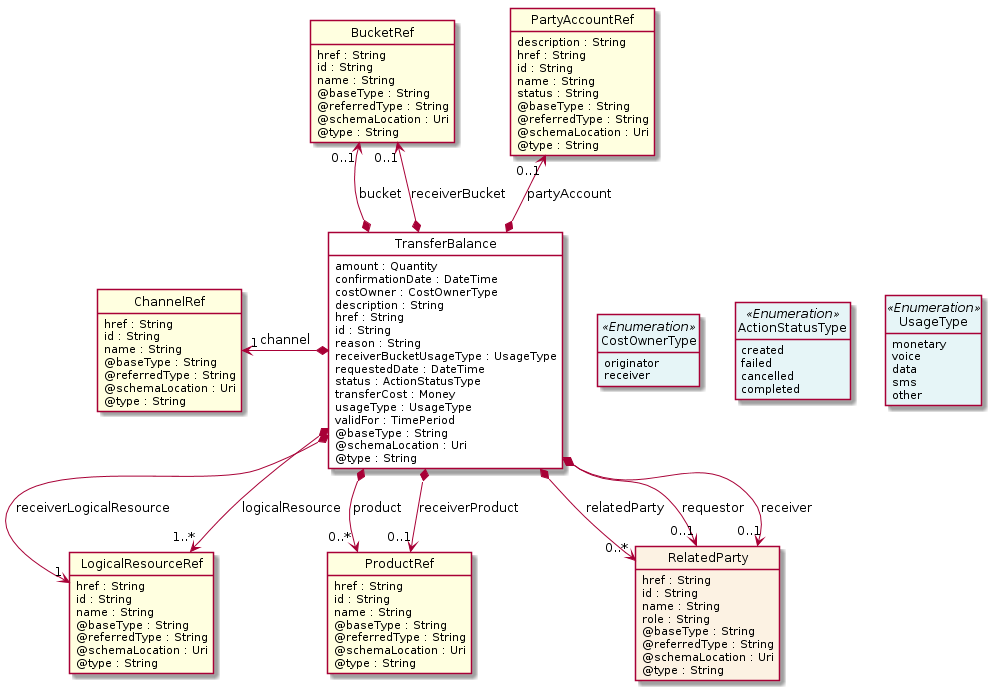
Above: apis/TMF654_PrepayBalance/documentation/diagrams/Resource_TransferBalance.png in tmforum-apis/Open_Api_And_Data_Model (PlantUML), before the change. The source it was exported from:
```plantuml
@startuml
hide circle
hide methods
hide stereotype
show <<Enumeration>> stereotype
skinparam class {
   BackgroundColor<<Enumeration>> #E6F5F7
   BackgroundColor<<Ref>> #FFFFE0
   BackgroundColor<<Pivot>> #FFFFFFF
   BackgroundColor #FCF2E3
}

class TransferBalance  <<Pivot>> {
    amount : Quantity
    confirmationDate : DateTime
    costOwner : CostOwnerType
    description : String
    href : String
    id : String
    reason : String
    receiverBucketUsageType : UsageType
    requestedDate : DateTime
    status : ActionStatusType
    transferCost : Money
    usageType : UsageType
    validFor : TimePeriod
    @baseType : String
    @schemaLocation : Uri
    @type : String
}

class UsageType <<Enumeration>> {
    monetary
    voice
    data
    sms
    other
}

class CostOwnerType <<Enumeration>> {
    originator
    receiver
}

class ActionStatusType <<Enumeration>> {
    created
    failed
    cancelled
    completed
}

class ChannelRef  <<Ref>> {
    href : String
    id : String
    name : String
    @baseType : String
    @referredType : String
    @schemaLocation : Uri
    @type : String
}

class LogicalResourceRef  <<Ref>> {
    href : String
    id : String
    name : String
    @baseType : String
    @referredType : String
    @schemaLocation : Uri
    @type : String
}

class BucketRef  <<Ref>> {
    href : String
    id : String
    name : String
    @baseType : String
    @referredType : String
    @schemaLocation : Uri
    @type : String
}

class ProductRef  <<Ref>> {
    href : String
    id : String
    name : String
    @baseType : String
    @referredType : String
    @schemaLocation : Uri
    @type : String
}

class RelatedParty  {
    href : String
    id : String
    name : String
    role : String
    @baseType : String
    @referredType : String
    @schemaLocation : Uri
    @type : String
}

class PartyAccountRef  <<Ref>> {
    description : String
    href : String
    id : String
    name : String
    status : String
    @baseType : String
    @referredType : String
    @schemaLocation : Uri
    @type : String
}

TransferBalance -right[hidden]-> CostOwnerType

CostOwnerType -right[hidden]-> ActionStatusType

ActionStatusType -right[hidden]-> UsageType

ChannelRef "1" <-left-* TransferBalance : channel

PartyAccountRef "0..1" <--* TransferBalance : partyAccount

BucketRef "0..1" <--* TransferBalance : bucket

BucketRef "0..1" <--* TransferBalance : receiverBucket

TransferBalance *-->  "0..*" RelatedParty : relatedParty

TransferBalance *-->  "0..1" RelatedParty : requestor

TransferBalance *-->  "0..1" RelatedParty : receiver

TransferBalance *-->  "0..*" ProductRef : product

TransferBalance *-->  "0..1" ProductRef : receiverProduct

TransferBalance *-->  "1" LogicalResourceRef : receiverLogicalResource

TransferBalance *-->  "1..*" LogicalResourceRef : logicalResource

@enduml
```
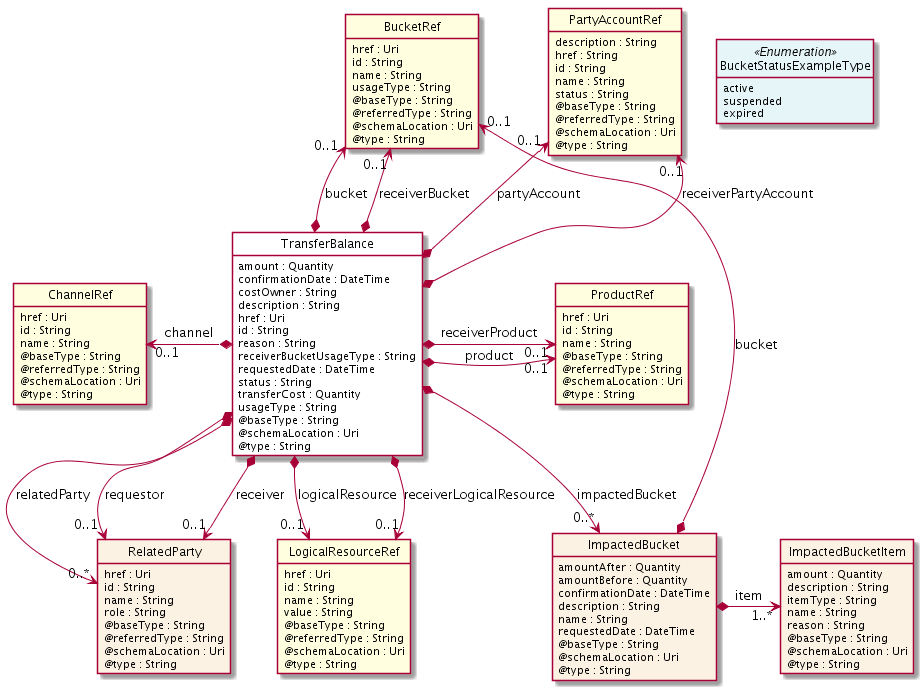
The same diagram one commit later.

Change to the diagram source:
```diff
@@ -13,44 +13,29 @@
 class TransferBalance  <<Pivot>> {
     amount : Quantity
     confirmationDate : DateTime
-    costOwner : CostOwnerType
+    costOwner : String
     description : String
-    href : String
+    href : Uri
     id : String
     reason : String
-    receiverBucketUsageType : UsageType
+    receiverBucketUsageType : String
     requestedDate : DateTime
-    status : ActionStatusType
-    transferCost : Money
-    usageType : UsageType
-    validFor : TimePeriod
+    status : String
+    transferCost : Quantity
+    usageType : String
     @baseType : String
     @schemaLocation : Uri
     @type : String
 }
 
-class UsageType <<Enumeration>> {
-    monetary
-    voice
-    data
-    sms
-    other
-}
-
-class CostOwnerType <<Enumeration>> {
-    originator
-    receiver
-}
-
-class ActionStatusType <<Enumeration>> {
-    created
-    failed
-    cancelled
-    completed
+class BucketStatusExampleType <<Enumeration>> {
+    active
+    suspended
+    expired
 }
 
 class ChannelRef  <<Ref>> {
-    href : String
+    href : Uri
     id : String
     name : String
     @baseType : String
@@ -60,9 +45,10 @@
 }
 
 class LogicalResourceRef  <<Ref>> {
-    href : String
+    href : Uri
     id : String
     name : String
+    value : String
     @baseType : String
     @referredType : String
     @schemaLocation : Uri
@@ -70,30 +56,10 @@
 }
 
 class BucketRef  <<Ref>> {
-    href : String
+    href : Uri
     id : String
     name : String
-    @baseType : String
-    @referredType : String
-    @schemaLocation : Uri
-    @type : String
-}
-
-class ProductRef  <<Ref>> {
-    href : String
-    id : String
-    name : String
-    @baseType : String
-    @referredType : String
-    @schemaLocation : Uri
-    @type : String
-}
-
-class RelatedParty  {
-    href : String
-    id : String
-    name : String
-    role : String
+    usageType : String
     @baseType : String
     @referredType : String
     @schemaLocation : Uri
@@ -112,32 +78,82 @@
     @type : String
 }
 
-TransferBalance -right[hidden]-> CostOwnerType
+class ImpactedBucket  {
+    amountAfter : Quantity
+    amountBefore : Quantity
+    confirmationDate : DateTime
+    description : String
+    name : String
+    requestedDate : DateTime
+    @baseType : String
+    @schemaLocation : Uri
+    @type : String
+}
 
-CostOwnerType -right[hidden]-> ActionStatusType
+class ImpactedBucketItem  {
+    amount : Quantity
+    description : String
+    itemType : String
+    name : String
+    reason : String
+    @baseType : String
+    @schemaLocation : Uri
+    @type : String
+}
 
-ActionStatusType -right[hidden]-> UsageType
+class ProductRef  <<Ref>> {
+    href : Uri
+    id : String
+    name : String
+    @baseType : String
+    @referredType : String
+    @schemaLocation : Uri
+    @type : String
+}
 
-ChannelRef "1" <-left-* TransferBalance : channel
-
-PartyAccountRef "0..1" <--* TransferBalance : partyAccount
+class RelatedParty  {
+    href : Uri
+    id : String
+    name : String
+    role : String
+    @baseType : String
+    @referredType : String
+    @schemaLocation : Uri
+    @type : String
+}
 
 BucketRef "0..1" <--* TransferBalance : bucket
 
 BucketRef "0..1" <--* TransferBalance : receiverBucket
 
-TransferBalance *-->  "0..*" RelatedParty : relatedParty
+TransferBalance *-->  "0..*" ImpactedBucket : impactedBucket
+
+ImpactedBucket *-right-> "1..*" ImpactedBucketItem : item
+
+BucketRef "0..1" <--* ImpactedBucket : bucket
+
+ChannelRef "0..1" <-left-* TransferBalance : channel
+
+TransferBalance *-right-> "0..1" ProductRef : receiverProduct
+
+TransferBalance *-right-> "0..1" ProductRef : product
+
+PartyAccountRef "0..1" <--* TransferBalance : receiverPartyAccount
+
+PartyAccountRef "0..1" <--* TransferBalance : partyAccount
+
+TransferBalance *-->  "0..1" LogicalResourceRef : logicalResource
+
+TransferBalance *-->  "0..1" LogicalResourceRef : receiverLogicalResource
+
+LogicalResourceRef -right[hidden]-> ImpactedBucket
 
 TransferBalance *-->  "0..1" RelatedParty : requestor
 
 TransferBalance *-->  "0..1" RelatedParty : receiver
 
-TransferBalance *-->  "0..*" ProductRef : product
+TransferBalance *-->  "0..*" RelatedParty : relatedParty
 
-TransferBalance *-->  "0..1" ProductRef : receiverProduct
-
-TransferBalance *-->  "1" LogicalResourceRef : receiverLogicalResource
-
-TransferBalance *-->  "1..*" LogicalResourceRef : logicalResource
+RelatedParty -right[hidden]-> LogicalResourceRef
 
 @enduml
```
